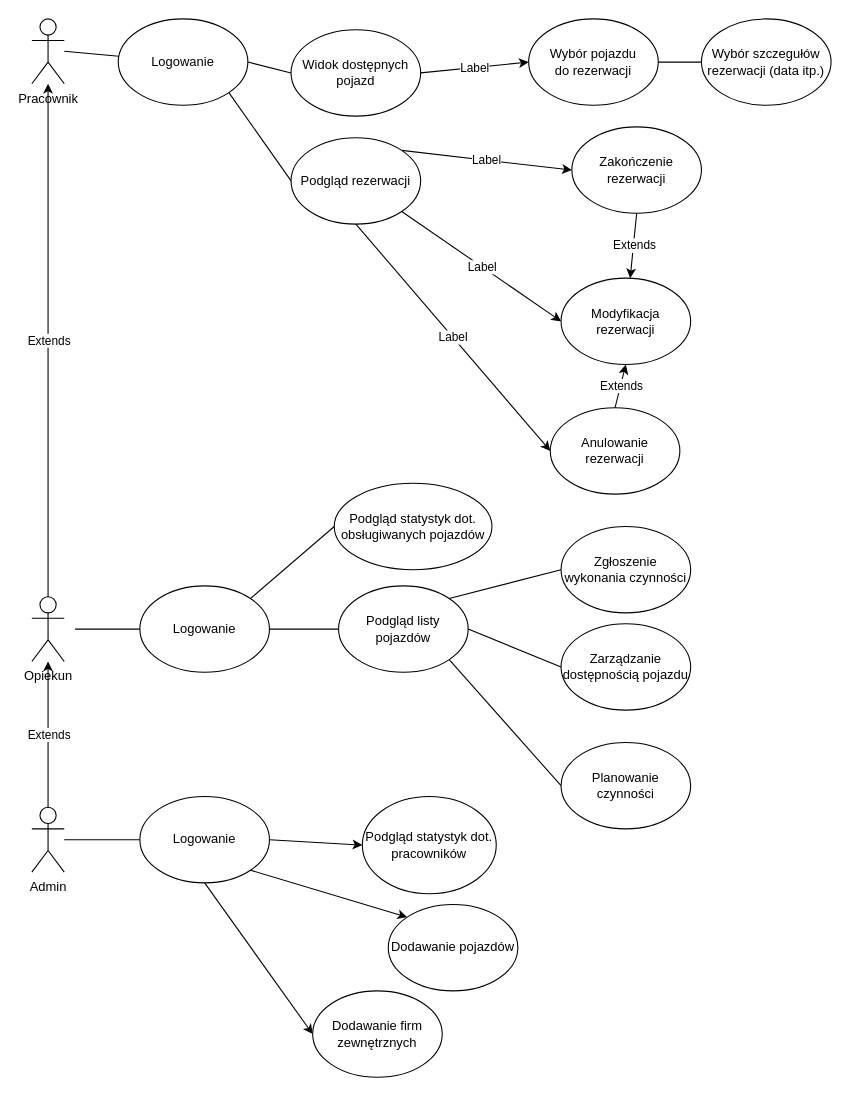
The draw.io diagram doc/przypadki.drawio in swietjak/2022_TAB_S10_CIESLAK, before the edit. Source tidied: cells renumbered, new cells numbered last; positions are measured from the earlier drawing's top-left corner, leaving out a move shared by most shapes. Both pictures are drawn from the tidied source at 108%, with x=0, y=0 at pixel (31, 18).
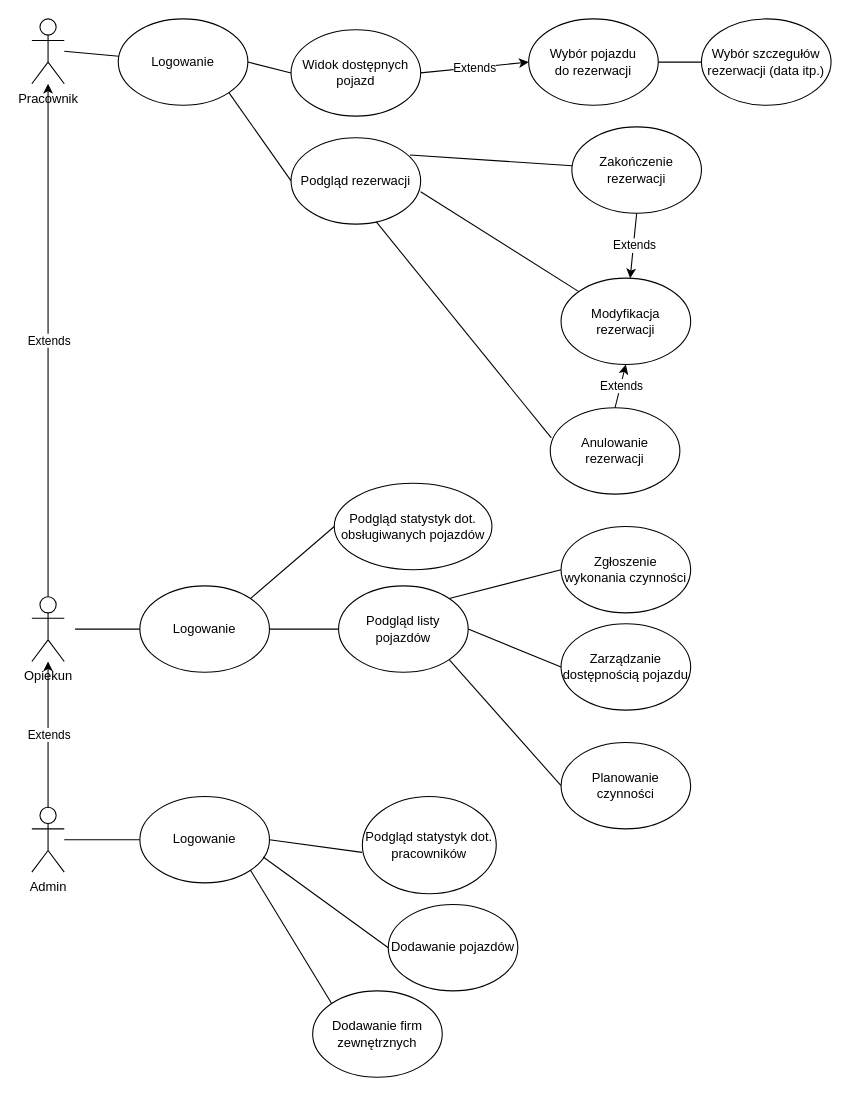
The same diagram, later.

Commit message (it also covers changes not shown here):
fix: diagrams adjustments

Unchanged cells that the change refers to:
```xml
<mxCell id="13" style="endArrow=classic;html=1;exitX=1;exitY=0.5;exitDx=0;exitDy=0;entryX=0;entryY=0.5;entryDx=0;entryDy=0;" parent="1" edge="1" source="5" target="7">
  <mxGeometry relative="1" as="geometry" />
</mxCell>
<mxCell id="20" value="Podgląd rezerwacji" style="ellipse;whiteSpace=wrap;html=1;" parent="1" vertex="1">
  <mxGeometry x="240" y="110" width="120" height="80" as="geometry" />
</mxCell>
<mxCell id="21" value="Zakończenie rezerwacji" style="ellipse;whiteSpace=wrap;html=1;" parent="1" vertex="1">
  <mxGeometry x="500" y="100" width="120" height="80" as="geometry" />
</mxCell>
<mxCell id="24" value="Modyfikacja rezerwacji" style="ellipse;whiteSpace=wrap;html=1;" parent="1" vertex="1">
  <mxGeometry x="490" y="240" width="120" height="80" as="geometry" />
</mxCell>
<mxCell id="29" value="Anulowanie rezerwacji" style="ellipse;whiteSpace=wrap;html=1;" parent="1" vertex="1">
  <mxGeometry x="480" y="360" width="120" height="80" as="geometry" />
</mxCell>
<mxCell id="44" value="Logowanie" style="ellipse;whiteSpace=wrap;html=1;" parent="1" vertex="1">
  <mxGeometry x="100" y="720" width="120" height="80" as="geometry" />
</mxCell>
<mxCell id="46" value="Podgląd statystyk dot. pracowników" style="ellipse;whiteSpace=wrap;html=1;" parent="1" vertex="1">
  <mxGeometry x="306" y="720" width="124" height="90" as="geometry" />
</mxCell>
<mxCell id="50" value="Dodawanie pojazdów" style="ellipse;whiteSpace=wrap;html=1;" parent="1" vertex="1">
  <mxGeometry x="330" y="820" width="120" height="80" as="geometry" />
</mxCell>
<mxCell id="52" value="Dodawanie firm zewnętrznych" style="ellipse;whiteSpace=wrap;html=1;" parent="1" vertex="1">
  <mxGeometry x="260" y="900" width="120" height="80" as="geometry" />
</mxCell>
```

Diff of the diagram source:
```diff
@@
-    <mxCell id="9" style="endArrow=classic;html=1;exitX=1;exitY=0;exitDx=0;exitDy=0;entryX=0;entryY=0.5;entryDx=0;entryDy=0;" parent="1" edge="1" source="20" target="21">
-      <mxGeometry relative="1" as="geometry" />
-    </mxCell>
-    <mxCell id="10" value="Label" style="edgeLabel;html=1;align=center;verticalAlign=middle;" parent="9" vertex="1">
-      <mxGeometry relative="1" as="geometry" />
-    </mxCell>
@@
-    <mxCell id="14" value="Label" style="edgeLabel;html=1;align=center;verticalAlign=middle;" parent="13" vertex="1">
+    <mxCell id="14" value="Extends" style="edgeLabel;html=1;align=center;verticalAlign=middle;" parent="13" vertex="1">
       <mxGeometry relative="1" as="geometry" />
     </mxCell>
@@
-    <mxCell id="22" style="endArrow=classic;html=1;exitX=1;exitY=1;exitDx=0;exitDy=0;entryX=0;entryY=0.5;entryDx=0;entryDy=0;" parent="1" edge="1" source="20" target="24">
-      <mxGeometry relative="1" as="geometry" />
-    </mxCell>
-    <mxCell id="23" value="Label" style="edgeLabel;html=1;align=center;verticalAlign=middle;" parent="22" vertex="1">
-      <mxGeometry relative="1" as="geometry" />
-    </mxCell>
@@
-    <mxCell id="27" style="endArrow=classic;html=1;exitX=0.5;exitY=1;exitDx=0;exitDy=0;entryX=0;entryY=0.5;entryDx=0;entryDy=0;" parent="1" edge="1" source="20" target="29">
-      <mxGeometry relative="1" as="geometry" />
-    </mxCell>
-    <mxCell id="28" value="Label" style="edgeLabel;html=1;align=center;verticalAlign=middle;" parent="27" vertex="1">
-      <mxGeometry relative="1" as="geometry" />
-    </mxCell>
@@
-    <mxCell id="45" style="endArrow=classic;html=1;exitX=1;exitY=0.5;exitDx=0;exitDy=0;entryX=0;entryY=0.5;entryDx=0;entryDy=0;" parent="1" edge="1" source="44" target="46">
-      <mxGeometry relative="1" as="geometry" />
-    </mxCell>
@@
-    <mxCell id="49" style="endArrow=classic;html=1;exitX=1;exitY=1;exitDx=0;exitDy=0;entryX=0;entryY=0;entryDx=0;entryDy=0;" parent="1" edge="1" source="44" target="50">
-      <mxGeometry relative="1" as="geometry" />
-    </mxCell>
@@
-    <mxCell id="51" style="endArrow=classic;html=1;exitX=0.5;exitY=1;exitDx=0;exitDy=0;entryX=0;entryY=0.5;entryDx=0;entryDy=0;" parent="1" edge="1" source="44" target="52">
-      <mxGeometry relative="1" as="geometry" />
-    </mxCell>
@@
+    <mxCell id="27" style="endArrow=none;html=1;exitX=0.658;exitY=0.975;exitDx=0;exitDy=0;exitPerimeter=0;entryX=0.008;entryY=0.35;entryDx=0;entryDy=0;entryPerimeter=0;" parent="1" edge="1" source="20" target="29">
+      <mxGeometry relative="1" as="geometry" />
+    </mxCell>
+    <mxCell id="53" style="endArrow=none;html=1;" parent="1" edge="1" source="24">
+      <mxGeometry relative="1" as="geometry">
+        <mxPoint x="360" y="160" as="targetPoint" />
+      </mxGeometry>
+    </mxCell>
+    <mxCell id="9" style="endArrow=none;html=1;exitX=0.917;exitY=0.2;exitDx=0;exitDy=0;exitPerimeter=0;" parent="1" edge="1" source="20" target="21">
+      <mxGeometry relative="1" as="geometry" />
+    </mxCell>
+    <mxCell id="54" style="endArrow=none;html=1;entryX=1;entryY=0.5;entryDx=0;entryDy=0;exitX=-0.002;exitY=0.575;exitDx=0;exitDy=0;exitPerimeter=0;" parent="1" edge="1" source="46" target="44">
+      <mxGeometry relative="1" as="geometry" />
+    </mxCell>
+    <mxCell id="55" style="endArrow=none;html=1;entryX=0.952;entryY=0.7;entryDx=0;entryDy=0;entryPerimeter=0;exitX=0;exitY=0.5;exitDx=0;exitDy=0;" parent="1" edge="1" source="50" target="44">
+      <mxGeometry relative="1" as="geometry" />
+    </mxCell>
+    <mxCell id="56" style="endArrow=none;html=1;entryX=1;entryY=1;entryDx=0;entryDy=0;exitX=0;exitY=0;exitDx=0;exitDy=0;" parent="1" edge="1" source="52" target="44">
+      <mxGeometry relative="1" as="geometry" />
+    </mxCell>
```
